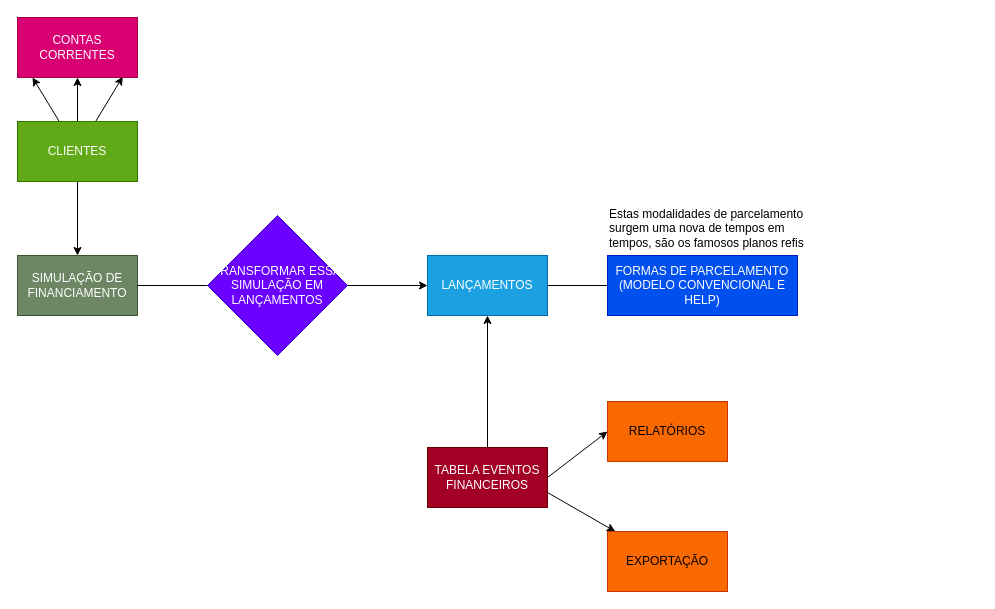
Earlier version of the draw.io diagram page "GERAL" (2 of 3) of docs/draws/SeuContabil.drawio (sigespweb22/seucontabil-api). Source tidied: cells renumbered, new cells numbered last; positions are measured from the earlier drawing's top-left corner, leaving out a move shared by most shapes. Both pictures are drawn from the tidied source at 100%, with x=0, y=0 at pixel (17, 17).
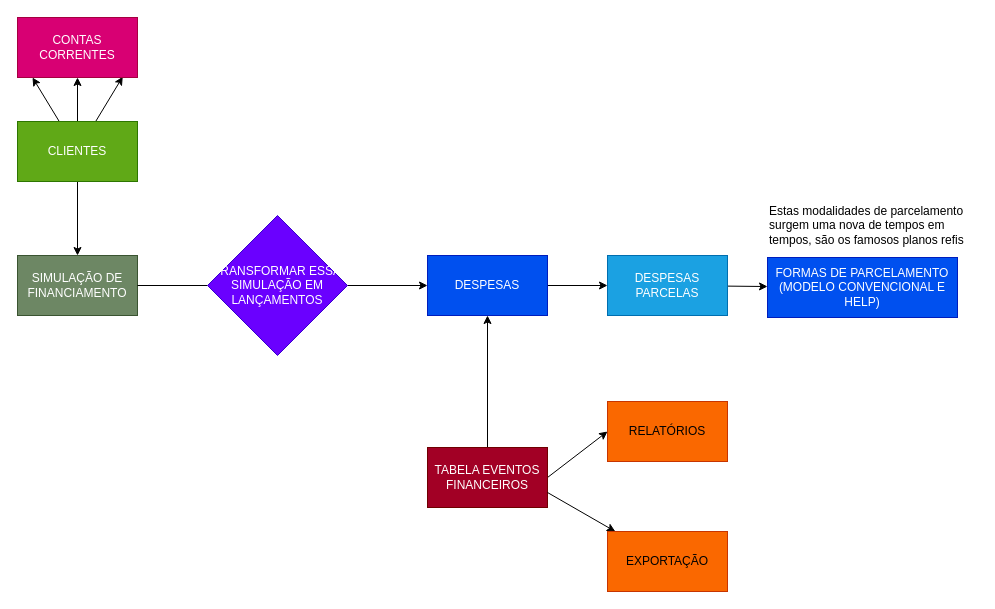
The same diagram, later.

The edit, as a diff of the source:
```diff
@@
-    <mxCell id="7" style="edgeStyle=none;html=1;" parent="1" edge="1" source="8">
-      <mxGeometry relative="1" as="geometry">
-        <mxPoint x="610" y="268" as="targetPoint" />
-      </mxGeometry>
-    </mxCell>
+    <mxCell id="22" style="edgeStyle=none;html=1;" parent="1" edge="1" source="8" target="24">
+      <mxGeometry relative="1" as="geometry" />
+    </mxCell>
-    <mxCell id="8" value="LANÇAMENTOS" style="rounded=0;whiteSpace=wrap;html=1;fillColor=#1ba1e2;fontColor=#ffffff;strokeColor=#006EAF;" parent="1" vertex="1">
+    <mxCell id="8" value="DESPESAS" style="rounded=0;whiteSpace=wrap;html=1;fillColor=#0050ef;fontColor=#ffffff;strokeColor=#001DBC;" parent="1" vertex="1">
       <mxGeometry x="410" y="238" width="120" height="60" as="geometry" />
     </mxCell>
@@
     <mxCell id="19" value="Estas modalidades de parcelamento surgem uma nova de tempos em tempos, são os famosos planos refis" style="text;html=1;strokeColor=none;fillColor=none;align=left;verticalAlign=middle;whiteSpace=wrap;rounded=0;" parent="1" vertex="1">
-      <mxGeometry x="590" y="183" width="210" height="55" as="geometry" />
+      <mxGeometry x="750" y="180" width="210" height="55" as="geometry" />
     </mxCell>
     <mxCell id="20" value="&lt;span style=&quot;text-align: left;&quot;&gt;FORMAS DE PARCELAMENTO&lt;/span&gt;&lt;br style=&quot;text-align: left;&quot;&gt;&lt;span style=&quot;text-align: left;&quot;&gt;(MODELO CONVENCIONAL E HELP)&lt;/span&gt;" style="rounded=0;whiteSpace=wrap;html=1;fillColor=#0050ef;fontColor=#ffffff;strokeColor=#001DBC;" parent="1" vertex="1">
-      <mxGeometry x="590" y="238" width="190" height="60" as="geometry" />
+      <mxGeometry x="750" y="240" width="190" height="60" as="geometry" />
     </mxCell>
@@
+    <mxCell id="23" style="edgeStyle=none;html=1;" parent="1" edge="1" source="24" target="20">
+      <mxGeometry relative="1" as="geometry" />
+    </mxCell>
+    <mxCell id="24" value="DESPESAS&lt;br&gt;PARCELAS" style="rounded=0;whiteSpace=wrap;html=1;fillColor=#1ba1e2;fontColor=#ffffff;strokeColor=#006EAF;" parent="1" vertex="1">
+      <mxGeometry x="590" y="238" width="120" height="60" as="geometry" />
+    </mxCell>
```
